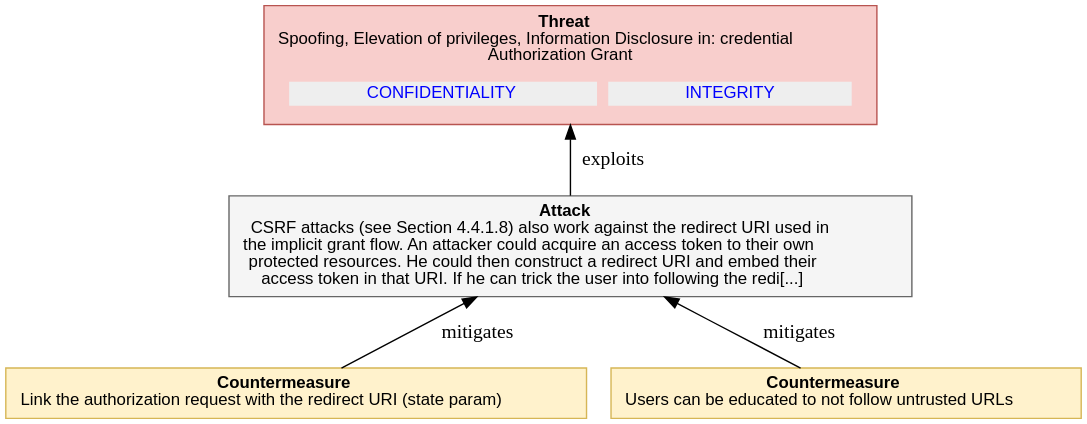
Above: report-examples/OAuth2/img/threatTree/4_4_2_5_CSRF_IMPLICIT.svg in DavidCervigni/threat-models (PlantUML), before the change. Its source is kept beside it as report-examples/OAuth2/img/threatTree/4_4_2_5_CSRF_IMPLICIT.puml.
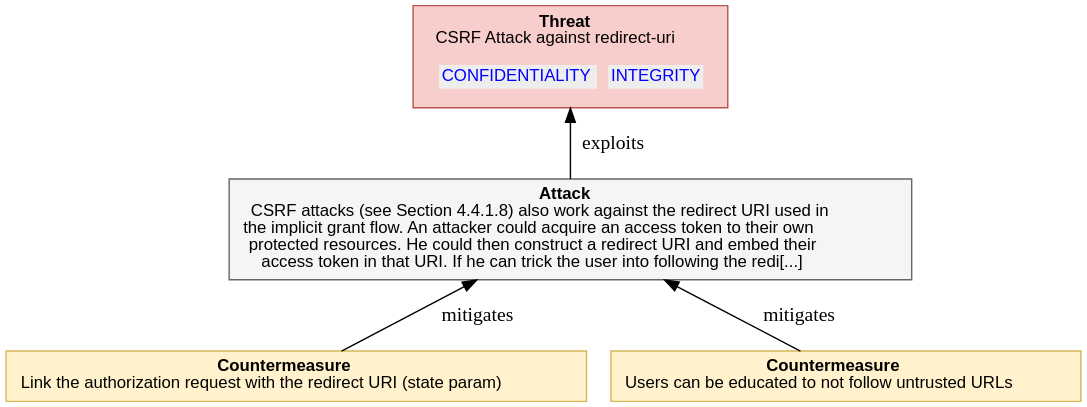
Later version of the same file.

Diff of the diagram source:
```diff
@@ -7,7 +7,7 @@
     <<table border="0" cellborder="0" cellspacing="0">
      <tr><td align="center"><b>Threat</b><br/>
 
-Spoofing, Elevation of privileges, Information Disclosure in: credential<br/>Authorization Grant
+CSRF Attack against redirect-uri
 </td></tr>
      <tr><td><table border="0" cellborder="0" cellspacing="8"><tr>
                 ret += secObj.linkedImpactMDText()
```
